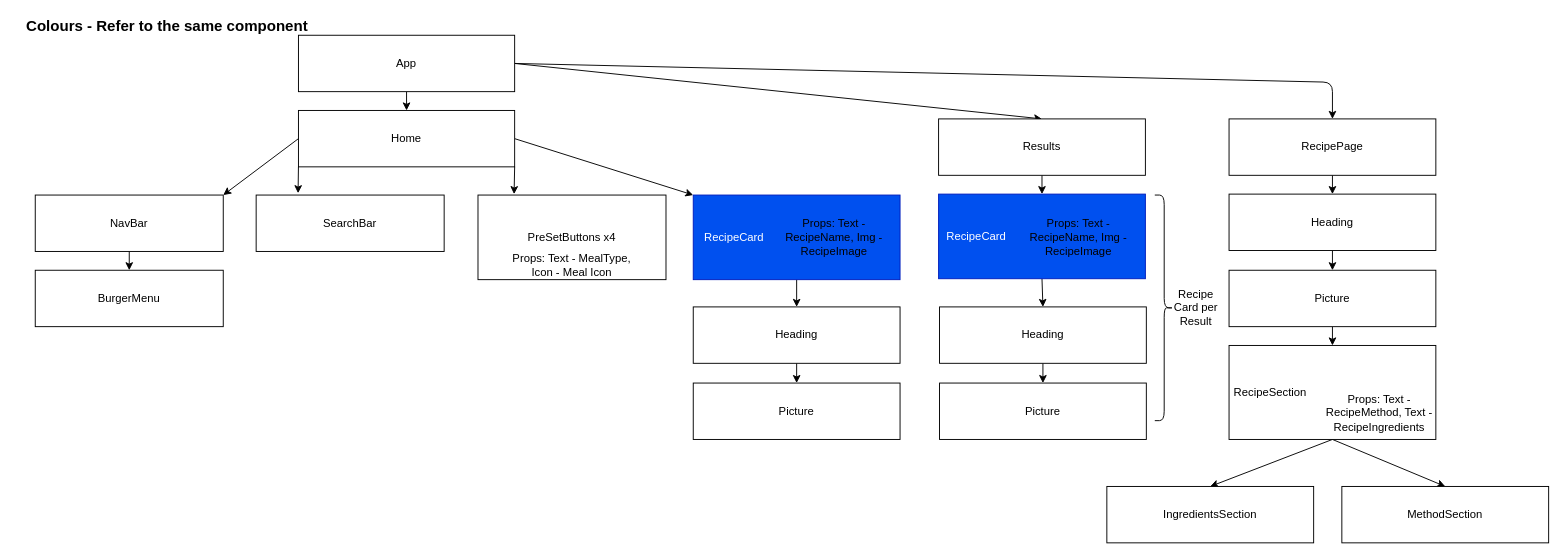
This is ComponentTree.drawio from SchoolOfCode/final-project-repo-cool-as-code, a draw.io file, before an edit. Source tidied: cells renumbered, new cells numbered last; positions are measured from the earlier drawing's top-left corner, leaving out a move shared by most shapes. Both pictures are drawn from the tidied source at 94%, with x=0, y=0 at pixel (16, 16).
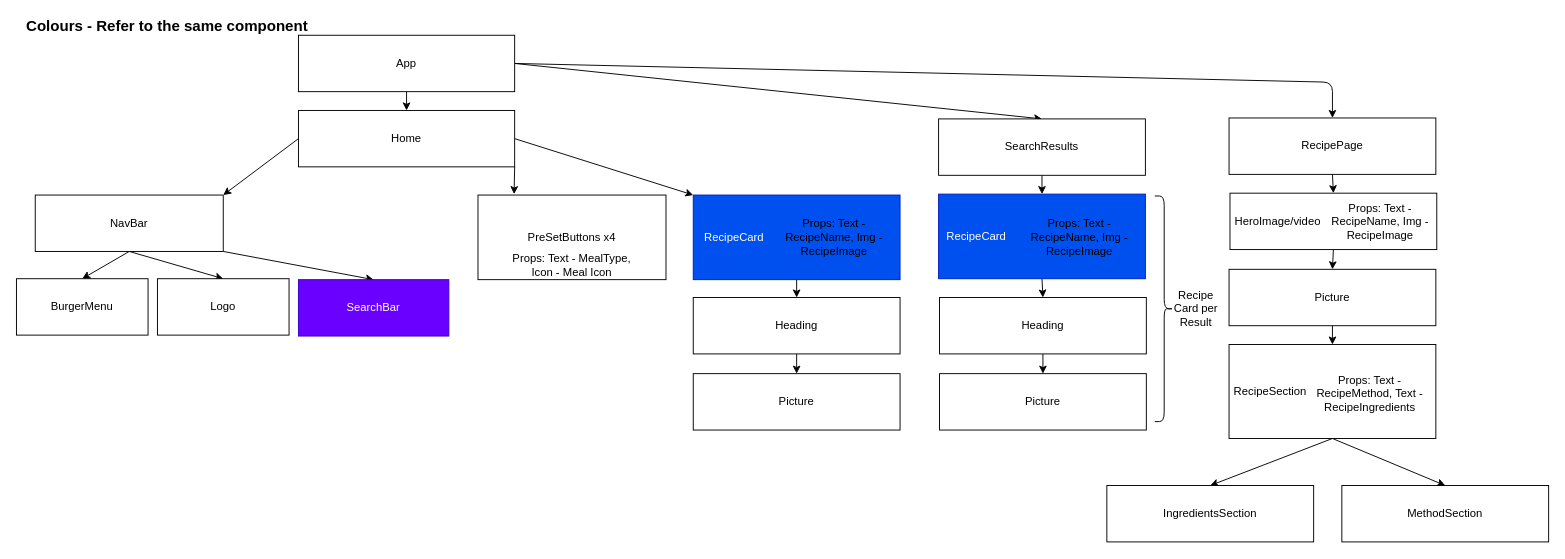
After the change.

Commit message:
Updated Component tree after comparing Hi-Fidelity

Unchanged cells that the change refers to:
```xml
<mxCell id="3" value="NavBar" style="rounded=0;whiteSpace=wrap;html=1;" parent="1" vertex="1">
  <mxGeometry x="20" y="190" width="200" height="60" as="geometry" />
</mxCell>
<mxCell id="8" value="Home" style="rounded=0;whiteSpace=wrap;html=1;" parent="1" vertex="1">
  <mxGeometry x="300" y="100" width="230" height="60" as="geometry" />
</mxCell>
```

What changed in the source:
```diff
@@
+    <mxCell id="46" style="edgeStyle=none;html=1;exitX=0.5;exitY=1;exitDx=0;exitDy=0;entryX=0.5;entryY=0;entryDx=0;entryDy=0;" parent="1" edge="1" source="3" target="48">
+      <mxGeometry relative="1" as="geometry" />
+    </mxCell>
+    <mxCell id="47" style="edgeStyle=none;html=1;exitX=1;exitY=1;exitDx=0;exitDy=0;entryX=0.5;entryY=0;entryDx=0;entryDy=0;" parent="1" edge="1" source="3" target="9">
+      <mxGeometry relative="1" as="geometry" />
+    </mxCell>
@@
     <mxCell id="4" value="BurgerMenu" style="rounded=0;whiteSpace=wrap;html=1;" parent="1" vertex="1">
-      <mxGeometry x="20" y="270" width="200" height="60" as="geometry" />
+      <mxGeometry y="279" width="140" height="60" as="geometry" />
     </mxCell>
-    <mxCell id="5" style="edgeStyle=none;html=1;exitX=0;exitY=1;exitDx=0;exitDy=0;entryX=0.223;entryY=-0.033;entryDx=0;entryDy=0;entryPerimeter=0;" parent="1" edge="1" source="8" target="9">
-      <mxGeometry relative="1" as="geometry" />
-    </mxCell>
@@
-    <mxCell id="9" value="SearchBar" style="rounded=0;whiteSpace=wrap;html=1;" parent="1" vertex="1">
-      <mxGeometry x="255" y="190" width="200" height="60" as="geometry" />
+    <mxCell id="9" value="SearchBar" style="rounded=0;whiteSpace=wrap;html=1;fillColor=#6a00ff;fontColor=#ffffff;strokeColor=#3700CC;" parent="1" vertex="1">
+      <mxGeometry x="300" y="280" width="160" height="60" as="geometry" />
     </mxCell>
@@
     <mxCell id="13" value="Picture" style="rounded=0;whiteSpace=wrap;html=1;" parent="1" vertex="1">
-      <mxGeometry x="720" y="390" width="220" height="60" as="geometry" />
+      <mxGeometry x="720" y="380" width="220" height="60" as="geometry" />
     </mxCell>
@@
     <mxCell id="15" value="Heading" style="rounded=0;whiteSpace=wrap;html=1;" parent="1" vertex="1">
-      <mxGeometry x="720" y="309" width="220" height="60" as="geometry" />
+      <mxGeometry x="720" y="299" width="220" height="60" as="geometry" />
     </mxCell>
@@
-    <mxCell id="22" value="Results" style="rounded=0;whiteSpace=wrap;html=1;" parent="1" vertex="1">
+    <mxCell id="22" value="SearchResults" style="rounded=0;whiteSpace=wrap;html=1;" parent="1" vertex="1">
       <mxGeometry x="981" y="109" width="220" height="60" as="geometry" />
     </mxCell>
@@
     <mxCell id="25" value="Picture" style="rounded=0;whiteSpace=wrap;html=1;" parent="1" vertex="1">
-      <mxGeometry x="982" y="390" width="220" height="60" as="geometry" />
+      <mxGeometry x="982" y="380" width="220" height="60" as="geometry" />
     </mxCell>
@@
     <mxCell id="27" value="Heading" style="rounded=0;whiteSpace=wrap;html=1;" parent="1" vertex="1">
-      <mxGeometry x="982" y="309" width="220" height="60" as="geometry" />
+      <mxGeometry x="982" y="299" width="220" height="60" as="geometry" />
     </mxCell>
     <mxCell id="28" style="shape=curlyBracket;whiteSpace=wrap;html=1;rounded=1;flipH=1;" parent="1" vertex="1">
-      <mxGeometry x="1211" y="190" width="20" height="240" as="geometry" />
+      <mxGeometry x="1211" y="191" width="20" height="240" as="geometry" />
     </mxCell>
     <mxCell id="29" value="Recipe Card per Result" style="text;html=1;strokeColor=none;fillColor=none;align=center;verticalAlign=middle;whiteSpace=wrap;rounded=0;" parent="1" vertex="1">
-      <mxGeometry x="1225" y="295" width="60" height="30" as="geometry" />
+      <mxGeometry x="1225" y="296" width="60" height="30" as="geometry" />
     </mxCell>
@@
     <mxCell id="31" value="RecipePage" style="rounded=0;whiteSpace=wrap;html=1;" parent="1" vertex="1">
-      <mxGeometry x="1290" y="109" width="220" height="60" as="geometry" />
+      <mxGeometry x="1290" y="108" width="220" height="60" as="geometry" />
     </mxCell>
@@
-    <mxCell id="33" value="Heading" style="rounded=0;whiteSpace=wrap;html=1;" parent="1" vertex="1">
-      <mxGeometry x="1290" y="189" width="220" height="60" as="geometry" />
+    <mxCell id="33" value="&amp;nbsp;HeroImage/video" style="rounded=0;whiteSpace=wrap;html=1;align=left;" parent="1" vertex="1">
+      <mxGeometry x="1291" y="188" width="220" height="60" as="geometry" />
     </mxCell>
@@
     <mxCell id="35" value="Picture" style="rounded=0;whiteSpace=wrap;html=1;" parent="1" vertex="1">
-      <mxGeometry x="1290" y="270" width="220" height="60" as="geometry" />
+      <mxGeometry x="1290" y="269" width="220" height="60" as="geometry" />
     </mxCell>
@@
     <mxCell id="38" value="&amp;nbsp;RecipeSection" style="rounded=0;whiteSpace=wrap;html=1;align=left;" parent="1" vertex="1">
-      <mxGeometry x="1290" y="350" width="220" height="100" as="geometry" />
+      <mxGeometry x="1290" y="349" width="220" height="100" as="geometry" />
     </mxCell>
     <mxCell id="39" value="IngredientsSection" style="rounded=0;whiteSpace=wrap;html=1;" parent="1" vertex="1">
-      <mxGeometry x="1160" y="500" width="220" height="60" as="geometry" />
+      <mxGeometry x="1160" y="499" width="220" height="60" as="geometry" />
     </mxCell>
     <mxCell id="40" value="MethodSection" style="rounded=0;whiteSpace=wrap;html=1;" parent="1" vertex="1">
-      <mxGeometry x="1410" y="500" width="220" height="60" as="geometry" />
+      <mxGeometry x="1410" y="499" width="220" height="60" as="geometry" />
     </mxCell>
@@
     <mxCell id="43" value="Props: Text - RecipeMethod, Text - RecipeIngredients" style="text;html=1;strokeColor=none;fillColor=none;align=center;verticalAlign=middle;whiteSpace=wrap;rounded=0;" parent="1" vertex="1">
-      <mxGeometry x="1390" y="397" width="120" height="50" as="geometry" />
+      <mxGeometry x="1380" y="376" width="120" height="50" as="geometry" />
     </mxCell>
     <mxCell id="44" value="Props: Text - RecipeName, Img - RecipeImage" style="text;html=1;strokeColor=none;fillColor=none;align=center;verticalAlign=middle;whiteSpace=wrap;rounded=0;" parent="1" vertex="1">
-      <mxGeometry x="1070" y="209.5" width="120" height="50" as="geometry" />
+      <mxGeometry x="1071" y="210" width="120" height="50" as="geometry" />
     </mxCell>
@@
+    <mxCell id="48" value="Logo" style="rounded=0;whiteSpace=wrap;html=1;" parent="1" vertex="1">
+      <mxGeometry x="150" y="279" width="140" height="60" as="geometry" />
+    </mxCell>
+    <mxCell id="49" value="Props: Text - RecipeName, Img - RecipeImage" style="text;html=1;strokeColor=none;fillColor=none;align=center;verticalAlign=middle;whiteSpace=wrap;rounded=0;" parent="1" vertex="1">
+      <mxGeometry x="1391" y="193" width="120" height="50" as="geometry" />
+    </mxCell>
```
